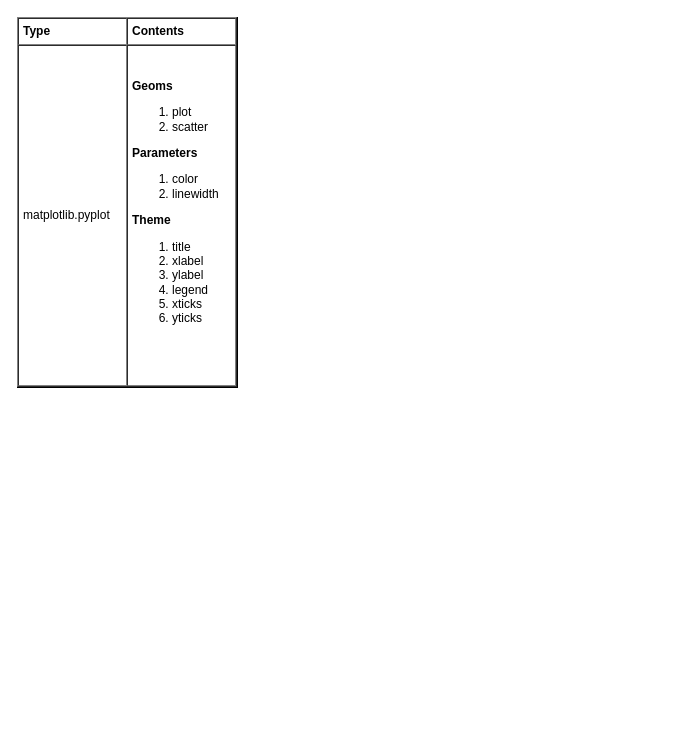
Above: page "Matplotlib" (4 of 8) of ml/ml.drawio in yangdj/tf_docs (draw.io), before the change. Source tidied: cells renumbered, new cells numbered last; positions are measured from the earlier drawing's top-left corner, leaving out a move shared by most shapes. Both pictures are drawn from the tidied source at 100%, with x=0, y=0 at pixel (17, 17).
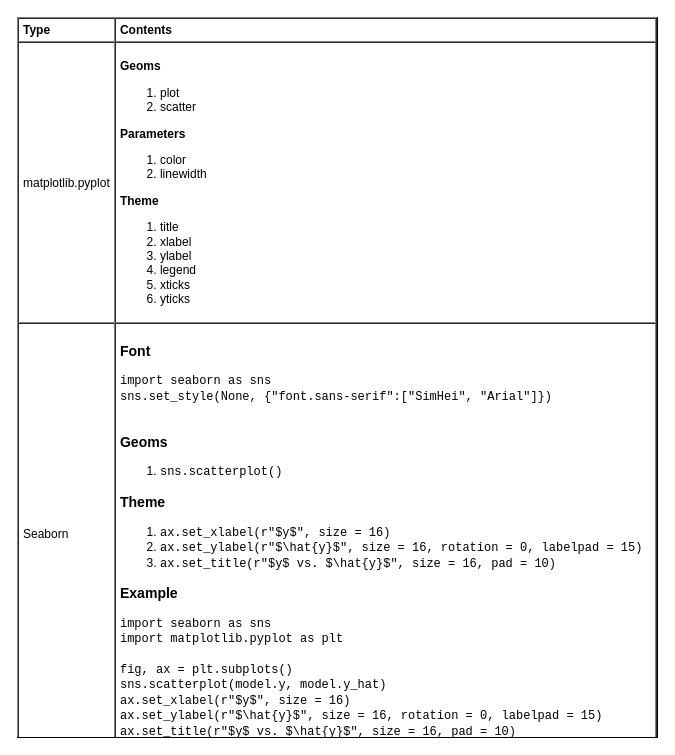
The same page after the edit.

Diff of the diagram source:
```diff
@@
 <mxGraphModel>
   <root>
     <mxCell id="0" />
     <mxCell id="1" parent="0" />
-    <mxCell id="2" value="&lt;table cellpadding=&quot;4&quot; cellspacing=&quot;0&quot; border=&quot;1&quot; style=&quot;font-size: 12px; width: 100%; height: 100%;&quot;&gt;&lt;tbody style=&quot;font-size: 12px;&quot;&gt;&lt;tr style=&quot;font-size: 12px;&quot;&gt;&lt;th style=&quot;font-size: 12px;&quot;&gt;Type&lt;/th&gt;&lt;th style=&quot;font-size: 12px;&quot;&gt;Contents&lt;/th&gt;&lt;/tr&gt;&lt;tr style=&quot;font-size: 12px;&quot;&gt;&lt;td style=&quot;font-size: 12px;&quot;&gt;matplotlib.pyplot&lt;/td&gt;&lt;td style=&quot;font-size: 12px;&quot;&gt;&lt;h3 style=&quot;font-size: 12px;&quot;&gt;Geoms&lt;/h3&gt;&lt;ol style=&quot;font-size: 12px;&quot;&gt;&lt;li style=&quot;font-size: 12px;&quot;&gt;plot&lt;/li&gt;&lt;li style=&quot;font-size: 12px;&quot;&gt;scatter&lt;/li&gt;&lt;/ol&gt;&lt;div style=&quot;font-size: 12px;&quot;&gt;&lt;h3 style=&quot;font-size: 12px;&quot;&gt;Parameters&lt;/h3&gt;&lt;div style=&quot;font-size: 12px;&quot;&gt;&lt;ol style=&quot;font-size: 12px;&quot;&gt;&lt;li style=&quot;font-size: 12px;&quot;&gt;&lt;span style=&quot;font-size: 12px;&quot;&gt;color&lt;/span&gt;&lt;br style=&quot;font-size: 12px;&quot;&gt;&lt;/li&gt;&lt;li style=&quot;font-size: 12px;&quot;&gt;linewidth&lt;/li&gt;&lt;/ol&gt;&lt;/div&gt;&lt;/div&gt;&lt;h3 style=&quot;font-size: 12px;&quot;&gt;Theme&lt;/h3&gt;&lt;ol style=&quot;font-size: 12px;&quot;&gt;&lt;li style=&quot;font-size: 12px;&quot;&gt;title&lt;/li&gt;&lt;li style=&quot;font-size: 12px;&quot;&gt;xlabel&lt;/li&gt;&lt;li style=&quot;font-size: 12px;&quot;&gt;ylabel&lt;/li&gt;&lt;li style=&quot;font-size: 12px;&quot;&gt;legend&lt;/li&gt;&lt;li style=&quot;font-size: 12px;&quot;&gt;xticks&lt;/li&gt;&lt;li style=&quot;font-size: 12px;&quot;&gt;yticks&lt;/li&gt;&lt;/ol&gt;&lt;h3 style=&quot;font-size: 12px;&quot;&gt;&lt;br style=&quot;font-size: 12px;&quot;&gt;&lt;/h3&gt;&lt;/td&gt;&lt;/tr&gt;&lt;/tbody&gt;&lt;/table&gt; " style="verticalAlign=top;align=left;overflow=fill;fontSize=12;fontFamily=Helvetica;html=1;" parent="1" vertex="1">
-      <mxGeometry width="220" height="370" as="geometry" />
+    <mxCell id="2" value="&lt;table cellpadding=&quot;4&quot; cellspacing=&quot;0&quot; border=&quot;1&quot; style=&quot;font-size: 12px ; width: 100% ; height: 100%&quot;&gt;&lt;tbody style=&quot;font-size: 12px&quot;&gt;&lt;tr style=&quot;font-size: 12px&quot;&gt;&lt;th style=&quot;font-size: 12px&quot;&gt;Type&lt;/th&gt;&lt;th style=&quot;font-size: 12px&quot;&gt;Contents&lt;/th&gt;&lt;/tr&gt;&lt;tr style=&quot;font-size: 12px&quot;&gt;&lt;td style=&quot;font-size: 12px&quot;&gt;matplotlib.pyplot&lt;/td&gt;&lt;td style=&quot;font-size: 12px&quot;&gt;&lt;h3 style=&quot;font-size: 12px&quot;&gt;Geoms&lt;/h3&gt;&lt;ol style=&quot;font-size: 12px&quot;&gt;&lt;li style=&quot;font-size: 12px&quot;&gt;plot&lt;/li&gt;&lt;li style=&quot;font-size: 12px&quot;&gt;scatter&lt;/li&gt;&lt;/ol&gt;&lt;div style=&quot;font-size: 12px&quot;&gt;&lt;h3 style=&quot;font-size: 12px&quot;&gt;Parameters&lt;/h3&gt;&lt;div style=&quot;font-size: 12px&quot;&gt;&lt;ol style=&quot;font-size: 12px&quot;&gt;&lt;li style=&quot;font-size: 12px&quot;&gt;&lt;span style=&quot;font-size: 12px&quot;&gt;color&lt;/span&gt;&lt;br style=&quot;font-size: 12px&quot;&gt;&lt;/li&gt;&lt;li style=&quot;font-size: 12px&quot;&gt;linewidth&lt;/li&gt;&lt;/ol&gt;&lt;/div&gt;&lt;/div&gt;&lt;h3 style=&quot;font-size: 12px&quot;&gt;Theme&lt;/h3&gt;&lt;ol style=&quot;font-size: 12px&quot;&gt;&lt;li style=&quot;font-size: 12px&quot;&gt;title&lt;/li&gt;&lt;li style=&quot;font-size: 12px&quot;&gt;xlabel&lt;/li&gt;&lt;li style=&quot;font-size: 12px&quot;&gt;ylabel&lt;/li&gt;&lt;li style=&quot;font-size: 12px&quot;&gt;legend&lt;/li&gt;&lt;li style=&quot;font-size: 12px&quot;&gt;xticks&lt;/li&gt;&lt;li style=&quot;font-size: 12px&quot;&gt;yticks&lt;/li&gt;&lt;/ol&gt;&lt;/td&gt;&lt;/tr&gt;&lt;tr&gt;&lt;td&gt;Seaborn&lt;/td&gt;&lt;td&gt;&lt;h3&gt;Font&lt;/h3&gt;&lt;div&gt;&lt;span style=&quot;font-family: &amp;#34;courier new&amp;#34;&quot;&gt;import seaborn as sns&lt;/span&gt;&lt;/div&gt;&lt;div&gt;&lt;span style=&quot;font-family: &amp;#34;courier new&amp;#34;&quot;&gt;sns.set_style(None, {&quot;font.sans-serif&quot;:[&quot;SimHei&quot;, &quot;Arial&quot;]})&lt;/span&gt;&lt;/div&gt;&lt;div&gt;&lt;span style=&quot;font-family: &amp;#34;courier new&amp;#34;&quot;&gt;&lt;br&gt;&lt;/span&gt;&lt;/div&gt;&lt;h3&gt;Geoms&lt;/h3&gt;&lt;div&gt;&lt;ol&gt;&lt;li&gt;&lt;font face=&quot;Courier New&quot;&gt;sns.scatterplot()&lt;/font&gt;&lt;/li&gt;&lt;/ol&gt;&lt;/div&gt;&lt;h3&gt;Theme&lt;/h3&gt;&lt;div&gt;&lt;div&gt;&lt;ol&gt;&lt;li&gt;&lt;font face=&quot;Courier New&quot;&gt;ax.set_xlabel(r&quot;$y$&quot;, size = 16)&amp;nbsp;&lt;/font&gt;&lt;/li&gt;&lt;li&gt;&lt;font face=&quot;Courier New&quot;&gt;ax.set_ylabel(r&quot;$\hat{y}$&quot;, size = 16, rotation = 0, labelpad = 15)&amp;nbsp;&lt;/font&gt;&lt;/li&gt;&lt;li&gt;&lt;font face=&quot;Courier New&quot;&gt;ax.set_title(r&quot;$y$ vs. $\hat{y}$&quot;, size = 16, pad = 10)&lt;/font&gt;&lt;/li&gt;&lt;/ol&gt;&lt;/div&gt;&lt;/div&gt;&lt;h3&gt;Example&lt;/h3&gt;&lt;div&gt;&lt;span style=&quot;font-family: &amp;#34;courier new&amp;#34;&quot;&gt;import seaborn as sns&lt;/span&gt;&lt;font face=&quot;Courier New&quot;&gt;&lt;br&gt;&lt;/font&gt;&lt;/div&gt;&lt;div&gt;&lt;font face=&quot;courier new&quot;&gt;import matplotlib.pyplot as plt&lt;/font&gt;&lt;br&gt;&lt;/div&gt;&lt;div&gt;&lt;font face=&quot;courier new&quot;&gt;&lt;br&gt;&lt;/font&gt;&lt;/div&gt;&lt;div&gt;&lt;font face=&quot;Courier New&quot;&gt;fig, ax = plt.subplots()&amp;nbsp;&lt;/font&gt;&lt;/div&gt;&lt;div&gt;&lt;font face=&quot;Courier New&quot;&gt;sns.scatterplot(model.y, model.y_hat)&amp;nbsp;&lt;/font&gt;&lt;/div&gt;&lt;div&gt;&lt;font face=&quot;Courier New&quot;&gt;ax.set_xlabel(r&quot;$y$&quot;, size = 16)&amp;nbsp;&lt;/font&gt;&lt;/div&gt;&lt;div&gt;&lt;font face=&quot;Courier New&quot;&gt;ax.set_ylabel(r&quot;$\hat{y}$&quot;, size = 16, rotation = 0, labelpad = 15)&amp;nbsp;&lt;/font&gt;&lt;/div&gt;&lt;div&gt;&lt;font face=&quot;Courier New&quot;&gt;ax.set_title(r&quot;$y$ vs. $\hat{y}$&quot;, size = 16, pad = 10)&lt;/font&gt;&lt;br&gt;&lt;/div&gt;&lt;/td&gt;&lt;/tr&gt;&lt;/tbody&gt;&lt;/table&gt; " style="verticalAlign=top;align=left;overflow=fill;fontSize=12;fontFamily=Helvetica;html=1;" parent="1" vertex="1">
+      <mxGeometry width="640" height="720" as="geometry" />
     </mxCell>
   </root>
 </mxGraphModel>
```
